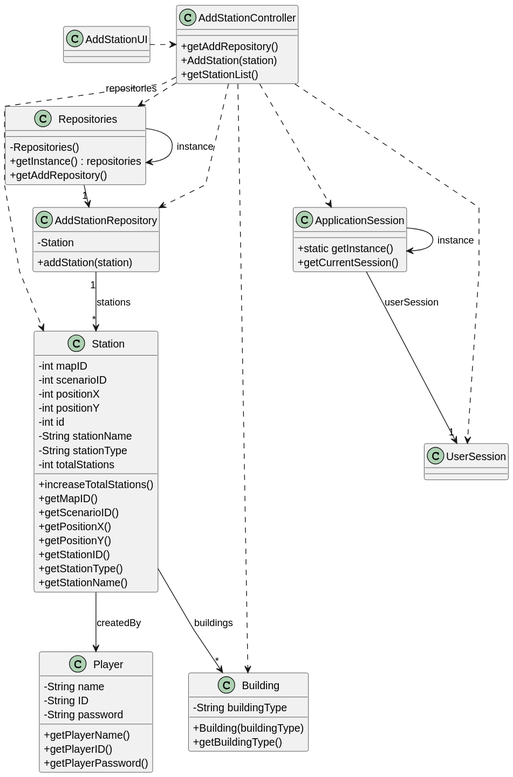
Before: docs/sprint3/us005/03.design/svg/us005-class-diagram.svg, a diagram exported from PlantUML (ivasduarte/all-aboard). Its diagram source:
```plantuml
@startuml
skinparam packageeStyle rectangle
skinparam shadowing false
skinparam linetype polyline

skinparam classAttributeIconSize 0

class Player {
    - String name
    - String ID
    - String password
    + getPlayerName()
    + getPlayerID()
    + getPlayerPassword()
}

class UserSession {
}

class ApplicationSession {
    + static getInstance()
    + getCurrentSession()
}


class Station {
    - int mapID
    - int scenarioID
    - int positionX
    - int positionY
    - int id
    - String stationName
    - String stationType
    - int totalStations

    + increaseTotalStations()
    + getMapID()
    + getScenarioID()
    + getPositionX()
    + getPositionY()
    + getStationID()
    + getStationType()
    + getStationName()
}

class Building {
    - String buildingType
    + Building(buildingType)
    + getBuildingType()
}

class AddStationUI {
}

class AddStationController {
    + getAddRepository()
    + AddStation(station)
    + getStationList()
}

class Repositories {
    - Repositories()
    + getInstance() : repositories
    + getAddRepository()
}

class AddStationRepository {
    - Station
    + addStation(station)
}

Repositories -> Repositories : instance
ApplicationSession -> ApplicationSession : instance

AddStationUI .> AddStationController

AddStationController .> Repositories : repositories

Repositories -> "1" AddStationRepository
AddStationController ..> Station
AddStationController ..> Building
AddStationController ..> AddStationRepository

ApplicationSession --> "1" UserSession : userSession

AddStationController ..> ApplicationSession
AddStationController ..> UserSession

AddStationRepository "1" --> "*" Station : stations

Station --> Player : createdBy
Station --> "*" Building : buildings
@enduml
```
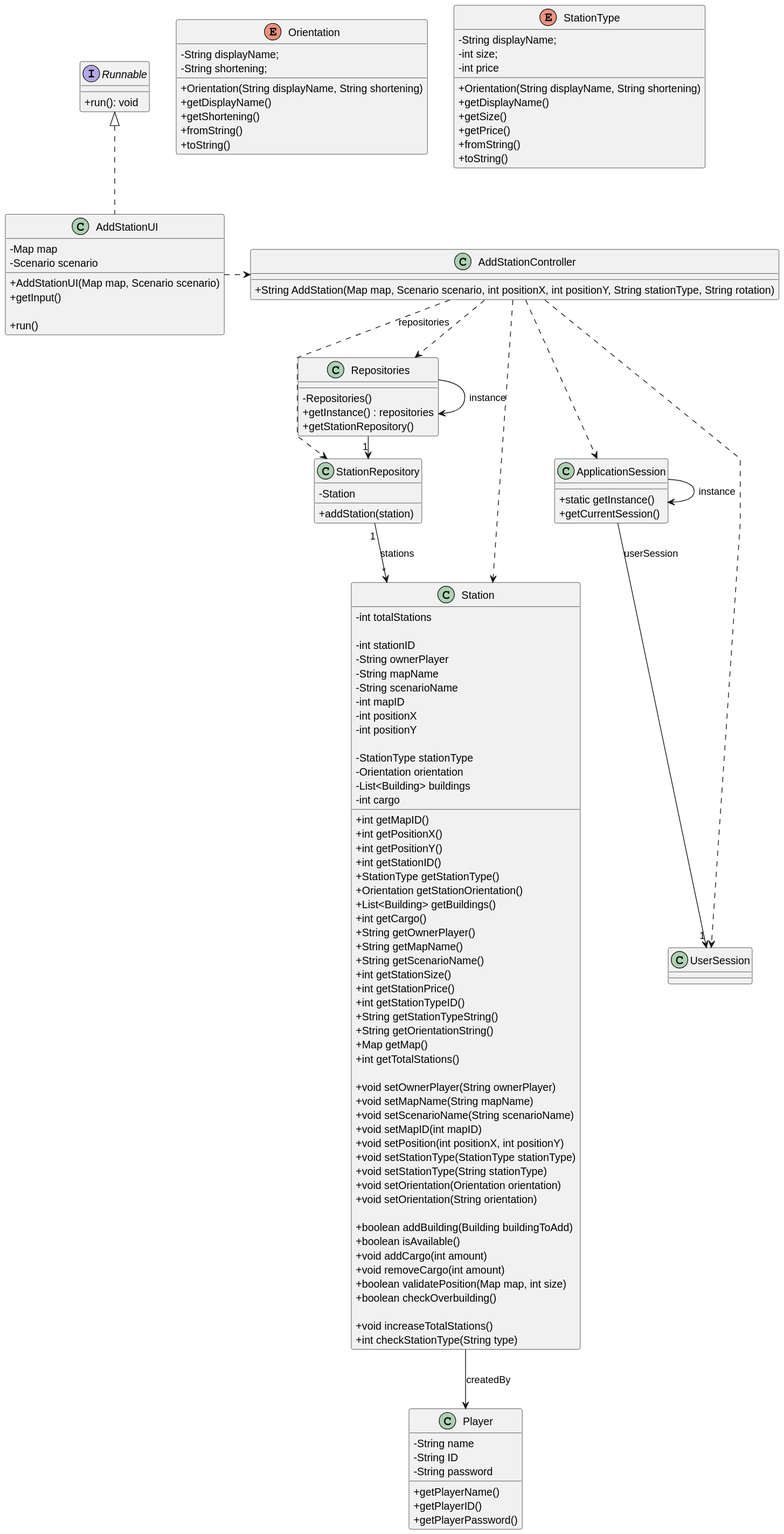
After the change.

Commit message:
US005(docs): Updated class diagram

What changed in the source:
```diff
@@ -4,6 +4,10 @@
 skinparam linetype polyline
 
 skinparam classAttributeIconSize 0
+
+interface Runnable {
+    + run(): void
+}
 
 class Player {
     - String name
@@ -24,47 +28,106 @@
 
 
 class Station {
+    - int totalStations
+
+    - int stationID
+    - String ownerPlayer
+    - String mapName
+    - String scenarioName
     - int mapID
-    - int scenarioID
     - int positionX
     - int positionY
-    - int id
-    - String stationName
-    - String stationType
-    - int totalStations
 
-    + increaseTotalStations()
-    + getMapID()
-    + getScenarioID()
-    + getPositionX()
-    + getPositionY()
-    + getStationID()
-    + getStationType()
-    + getStationName()
+    - StationType stationType
+    - Orientation orientation
+    - List<Building> buildings
+    - int cargo
+
+    + int getMapID()
+    + int getPositionX()
+    + int getPositionY()
+    + int getStationID()
+    + StationType getStationType()
+    + Orientation getStationOrientation()
+    + List<Building> getBuildings()
+    + int getCargo()
+    + String getOwnerPlayer()
+    + String getMapName()
+    + String getScenarioName()
+    + int getStationSize()
+    + int getStationPrice()
+    + int getStationTypeID()
+    + String getStationTypeString()
+    + String getOrientationString()
+    + Map getMap()
+    + int getTotalStations()
+
+    + void setOwnerPlayer(String ownerPlayer)
+    + void setMapName(String mapName)
+    + void setScenarioName(String scenarioName)
+    + void setMapID(int mapID)
+    + void setPosition(int positionX, int positionY)
+    + void setStationType(StationType stationType)
+    + void setStationType(String stationType)
+    + void setOrientation(Orientation orientation)
+    + void setOrientation(String orientation)
+
+    + boolean addBuilding(Building buildingToAdd)
+    + boolean isAvailable()
+    + void addCargo(int amount)
+    + void removeCargo(int amount)
+    + boolean validatePosition(Map map, int size)
+    + boolean checkOverbuilding()
+
+    + void increaseTotalStations()
+    + int checkStationType(String type)
 }
 
-class Building {
-    - String buildingType
-    + Building(buildingType)
-    + getBuildingType()
+enum Orientation {
+    - String displayName;
+    - String shortening;
+
+    + Orientation(String displayName, String shortening)
+    + getDisplayName()
+    + getShortening()
+    + fromString()
+    + toString()
 }
 
-class AddStationUI {
+enum StationType {
+    - String displayName;
+    - int size;
+    - int price
+
+    + Orientation(String displayName, String shortening)
+    + getDisplayName()
+    + getSize()
+    + getPrice()
+    + fromString()
+    + toString()
+}
+
+class AddStationUI implements Runnable {
+    - Map map
+    - Scenario scenario
+
+    + AddStationUI(Map map, Scenario scenario)
+    + getInput()
+
+    + run()
 }
 
 class AddStationController {
-    + getAddRepository()
-    + AddStation(station)
-    + getStationList()
+    + String AddStation(Map map, Scenario scenario, int positionX, int positionY, String stationType, String rotation)
 }
 
 class Repositories {
     - Repositories()
     + getInstance() : repositories
-    + getAddRepository()
+    + getStationRepository()
 }
 
-class AddStationRepository {
+class StationRepository {
     - Station
     + addStation(station)
 }
@@ -76,18 +139,16 @@
 
 AddStationController .> Repositories : repositories
 
-Repositories -> "1" AddStationRepository
+Repositories -> "1" StationRepository
 AddStationController ..> Station
-AddStationController ..> Building
-AddStationController ..> AddStationRepository
+AddStationController ..> StationRepository
 
 ApplicationSession --> "1" UserSession : userSession
 
 AddStationController ..> ApplicationSession
 AddStationController ..> UserSession
 
-AddStationRepository "1" --> "*" Station : stations
+StationRepository "1" --> "*" Station : stations
 
 Station --> Player : createdBy
-Station --> "*" Building : buildings
 @enduml
```
